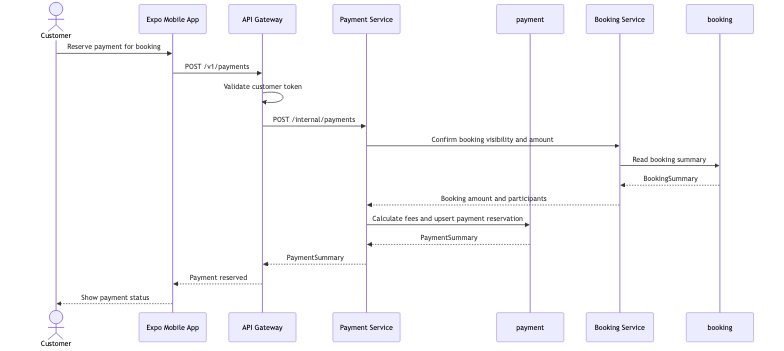
This is docs/diagrams/exports/png/15-payment-reservation-sequence.png from shmce/servease-locked-in, a Mermaid export, as it was before one commit. Its source is kept beside it as docs/diagrams/source/15-payment-reservation-sequence.mmd.
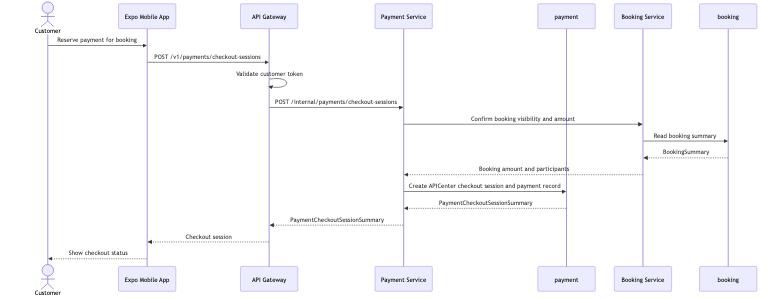
After the commit.

Diff of the diagram source:
```diff
@@ -8,15 +8,15 @@
   participant BookingDb as booking
 
   Customer->>Mobile: Reserve payment for booking
-  Mobile->>Gateway: POST /v1/payments
+  Mobile->>Gateway: POST /v1/payments/checkout-sessions
   Gateway->>Gateway: Validate customer token
-  Gateway->>PaymentService: POST /internal/payments
+  Gateway->>PaymentService: POST /internal/payments/checkout-sessions
   PaymentService->>BookingService: Confirm booking visibility and amount
   BookingService->>BookingDb: Read booking summary
   BookingDb-->>BookingService: BookingSummary
   BookingService-->>PaymentService: Booking amount and participants
-  PaymentService->>PaymentDb: Calculate fees and upsert payment reservation
-  PaymentDb-->>PaymentService: PaymentSummary
-  PaymentService-->>Gateway: PaymentSummary
-  Gateway-->>Mobile: Payment reserved
-  Mobile-->>Customer: Show payment status
+  PaymentService->>PaymentDb: Create APICenter checkout session and payment record
+  PaymentDb-->>PaymentService: PaymentCheckoutSessionSummary
+  PaymentService-->>Gateway: PaymentCheckoutSessionSummary
+  Gateway-->>Mobile: Checkout session
+  Mobile-->>Customer: Show checkout status
```
